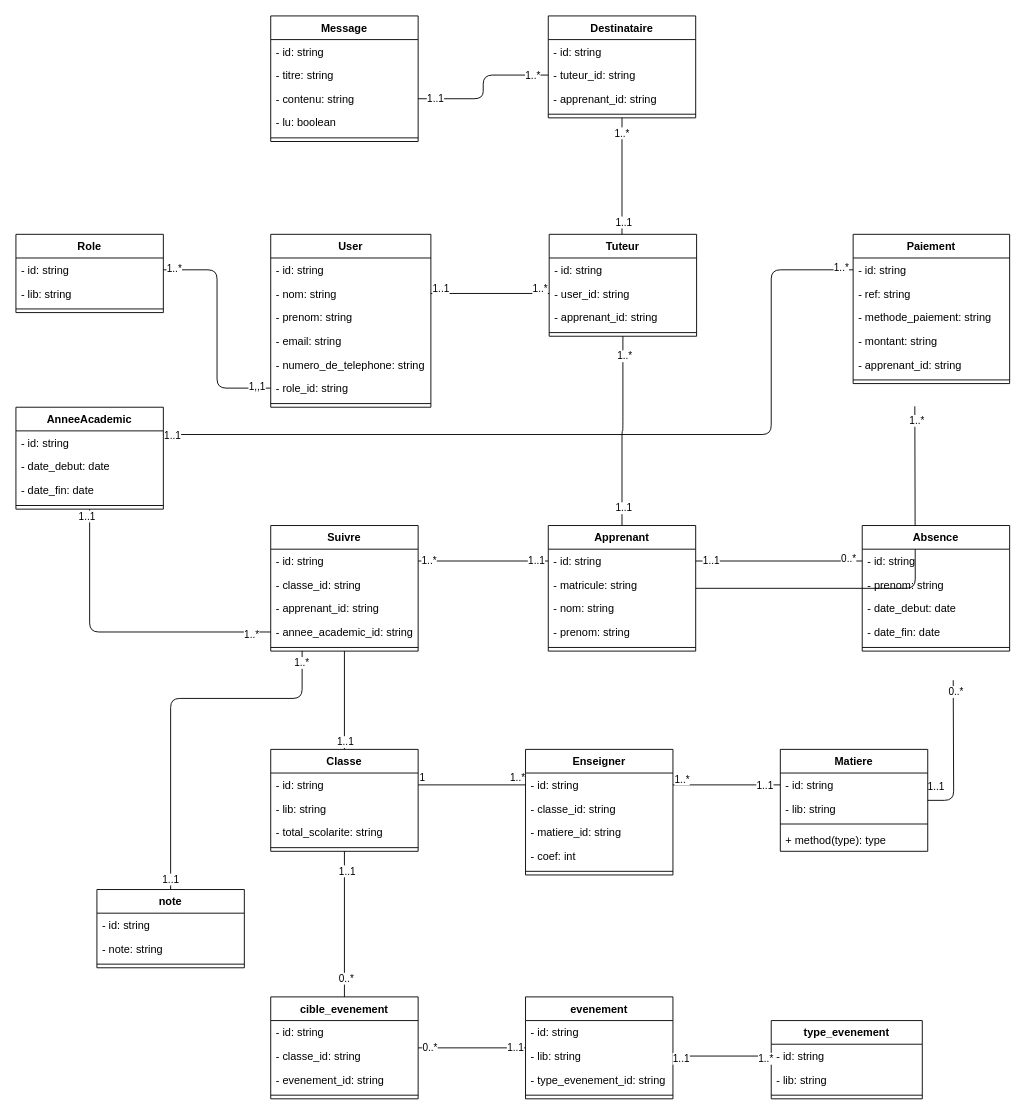
This is page "UML" (1 of 2) of uml-use_case_diagram.drawio from devalade/ilewemi, a draw.io file, before an edit. Source tidied: cells renumbered, new cells numbered last; positions are measured from the earlier drawing's top-left corner, leaving out a move shared by most shapes. Both pictures are drawn from the tidied source at 91%, with x=0, y=0 at pixel (15, 15).
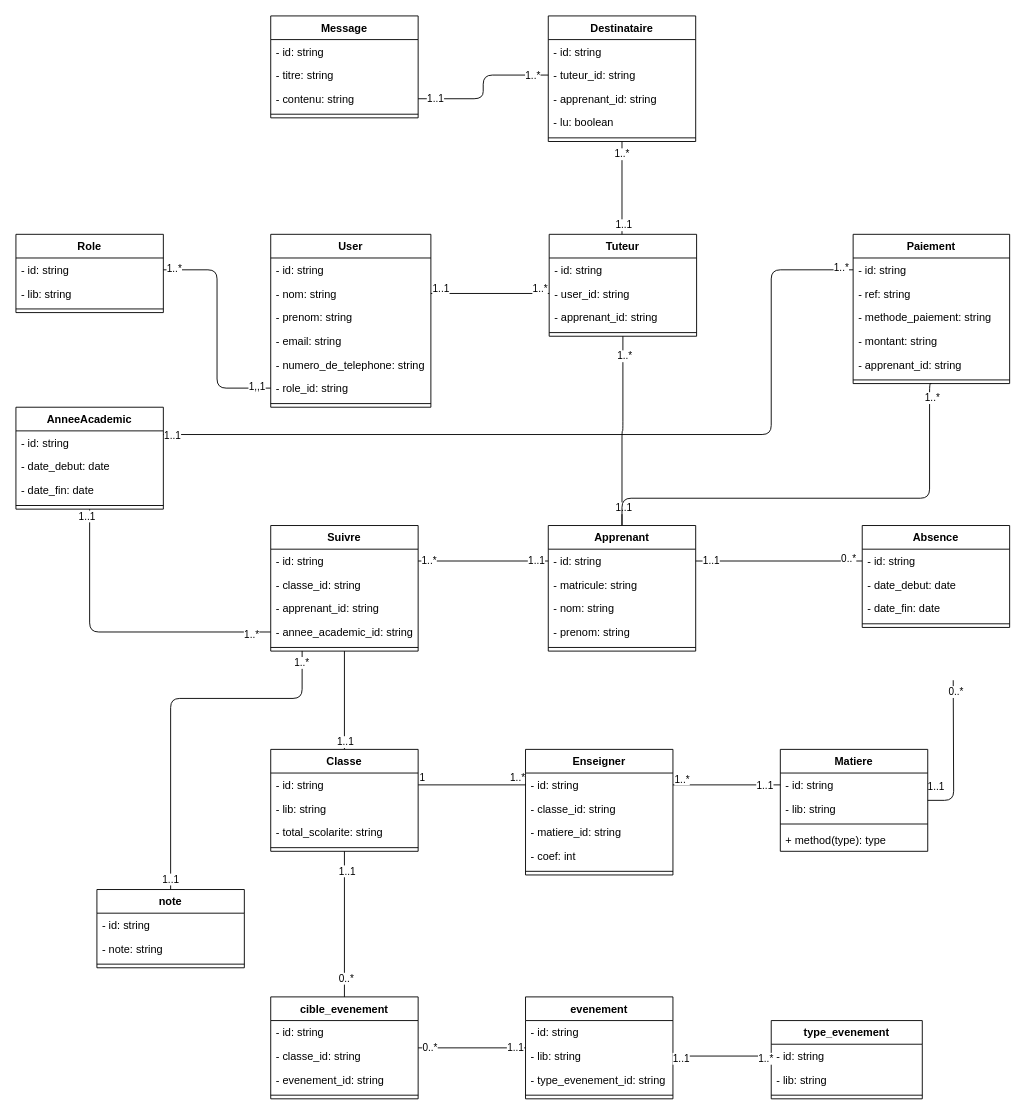
After the change.

Unchanged cells that the change refers to:
```xml
<mxCell id="46" value="Apprenant" style="swimlane;fontStyle=1;align=center;verticalAlign=top;horizontal=1;startSize=26;" parent="1" vertex="1">
  <mxGeometry x="585" y="560" width="162" height="138" as="geometry" />
</mxCell>
<mxCell id="122" value="Paiement" style="swimlane;fontStyle=1;align=center;verticalAlign=top;horizontal=1;startSize=26;" parent="1" vertex="1">
  <mxGeometry x="920" y="240" width="172" height="164" as="geometry" />
</mxCell>
```

Change to the diagram source:
```diff
@@
-    <mxCell id="44" style="edgeStyle=orthogonalEdgeStyle;html=1;entryX=0.394;entryY=0.962;entryDx=0;entryDy=0;entryPerimeter=0;endArrow=none;endFill=0;" parent="1" edge="1" source="46">
+    <mxCell id="44" style="edgeStyle=orthogonalEdgeStyle;html=1;endArrow=none;endFill=0;entryX=0.5;entryY=1;entryDx=0;entryDy=0;" parent="1" edge="1" source="46" target="122">
       <mxGeometry relative="1" as="geometry">
-        <mxPoint x="987.8" y="429" as="targetPoint" />
+        <Array as="points">
+          <mxPoint x="666" y="530" />
+          <mxPoint x="1004" y="530" />
+          <mxPoint x="1004" y="404" />
+        </Array>
       </mxGeometry>
     </mxCell>
@@
     <mxCell id="55" value="Absence" style="swimlane;fontStyle=1;align=center;verticalAlign=top;horizontal=1;startSize=26;" parent="1" vertex="1">
-      <mxGeometry x="930" y="560" width="162" height="138" as="geometry" />
+      <mxGeometry x="930" y="560" width="162" height="112" as="geometry" />
     </mxCell>
@@
-    <mxCell id="57" value="- prenom: string" style="text;strokeColor=none;fillColor=none;align=left;verticalAlign=top;spacingLeft=4;spacingRight=4;overflow=hidden;" parent="55" vertex="1">
-      <mxGeometry y="52" width="162" height="26" as="geometry" />
-    </mxCell>
     <mxCell id="58" value="- date_debut: date" style="text;strokeColor=none;fillColor=none;align=left;verticalAlign=top;spacingLeft=4;spacingRight=4;overflow=hidden;" parent="55" vertex="1">
-      <mxGeometry y="78" width="162" height="26" as="geometry" />
+      <mxGeometry y="52" width="162" height="26" as="geometry" />
     </mxCell>
     <mxCell id="59" value="- date_fin: date" style="text;strokeColor=none;fillColor=none;align=left;verticalAlign=top;spacingLeft=4;spacingRight=4;overflow=hidden;" parent="55" vertex="1">
-      <mxGeometry y="104" width="162" height="26" as="geometry" />
+      <mxGeometry y="78" width="162" height="26" as="geometry" />
     </mxCell>
     <mxCell id="60" style="line;strokeWidth=1;fillColor=none;align=left;verticalAlign=middle;spacingTop=-1;spacingLeft=3;spacingRight=3;labelPosition=right;" parent="55" vertex="1">
-      <mxGeometry y="130" width="162" height="8" as="geometry" />
+      <mxGeometry y="104" width="162" height="8" as="geometry" />
     </mxCell>
@@
     <mxCell id="132" value="Destinataire" style="swimlane;fontStyle=1;align=center;verticalAlign=top;horizontal=1;startSize=26;" parent="1" vertex="1">
-      <mxGeometry x="585" width="162" height="112" as="geometry" />
+      <mxGeometry x="585" width="162" height="138" as="geometry" />
     </mxCell>
@@
+    <mxCell id="141" value="- lu: boolean" style="text;strokeColor=none;fillColor=none;align=left;verticalAlign=top;spacingLeft=4;spacingRight=4;overflow=hidden;" parent="132" vertex="1">
+      <mxGeometry y="104" width="162" height="26" as="geometry" />
+    </mxCell>
     <mxCell id="136" style="line;strokeWidth=1;fillColor=none;align=left;verticalAlign=middle;spacingTop=-1;spacingLeft=3;spacingRight=3;labelPosition=right;" parent="132" vertex="1">
-      <mxGeometry y="104" width="162" height="8" as="geometry" />
+      <mxGeometry y="130" width="162" height="8" as="geometry" />
     </mxCell>
     <mxCell id="137" value="Message" style="swimlane;fontStyle=1;align=center;verticalAlign=top;horizontal=1;startSize=26;" parent="1" vertex="1">
-      <mxGeometry x="280" width="162" height="138" as="geometry" />
+      <mxGeometry x="280" width="162" height="112" as="geometry" />
     </mxCell>
@@
-    <mxCell id="141" value="- lu: boolean" style="text;strokeColor=none;fillColor=none;align=left;verticalAlign=top;spacingLeft=4;spacingRight=4;overflow=hidden;" parent="137" vertex="1">
-      <mxGeometry y="104" width="162" height="26" as="geometry" />
-    </mxCell>
     <mxCell id="142" style="line;strokeWidth=1;fillColor=none;align=left;verticalAlign=middle;spacingTop=-1;spacingLeft=3;spacingRight=3;labelPosition=right;" parent="137" vertex="1">
-      <mxGeometry y="130" width="162" height="8" as="geometry" />
+      <mxGeometry y="104" width="162" height="8" as="geometry" />
     </mxCell>
```
